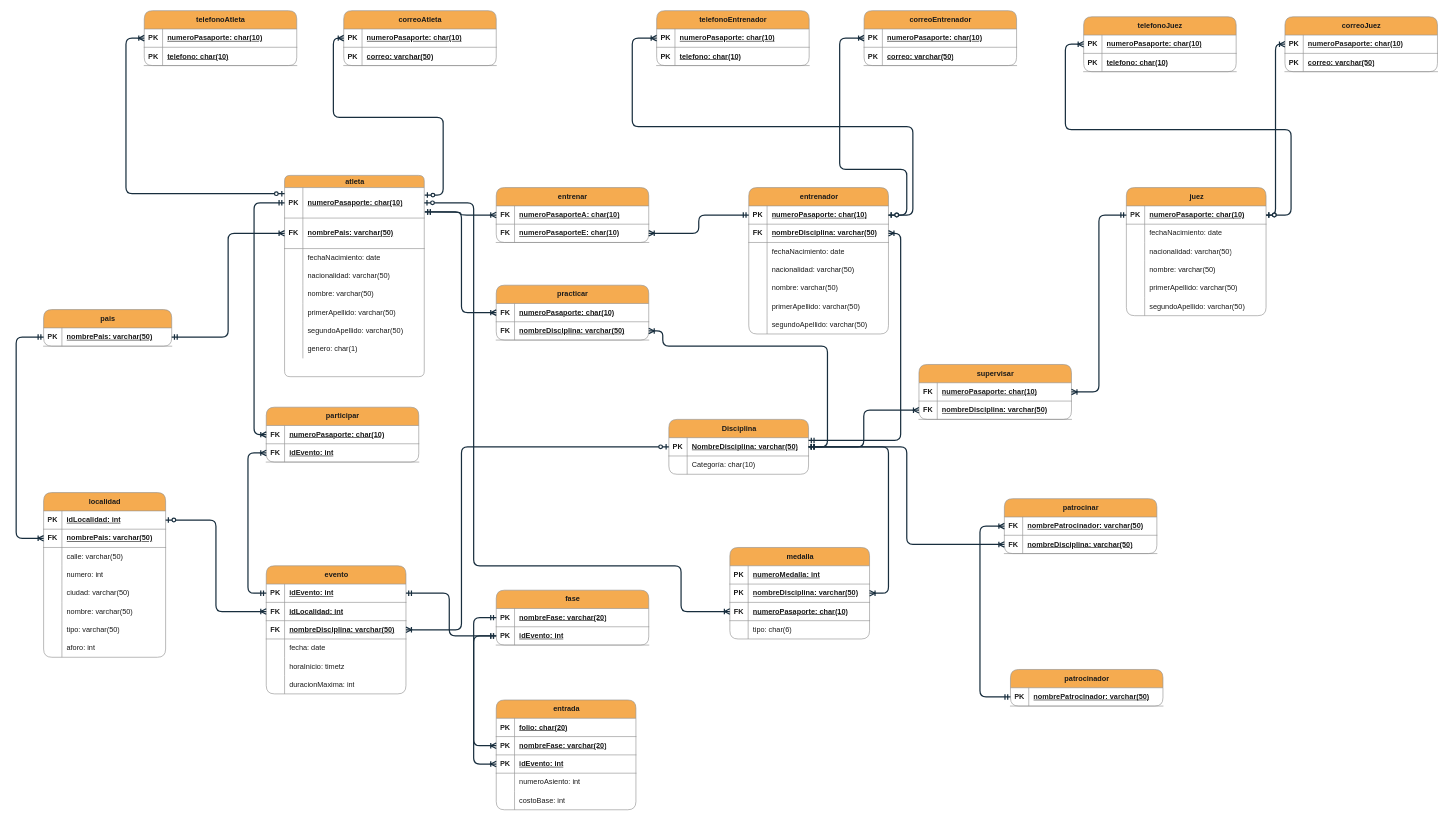
Above: ProyectoFinal_equipo/Diagramas/Relacionalequipo.drawio in Htska/Db (draw.io), before the change. Source tidied: cells renumbered, new cells numbered last; positions are measured from the earlier drawing's top-left corner, leaving out a move shared by most shapes. Both pictures are drawn from the tidied source at 61%, with x=0, y=0 at pixel (16, 10).
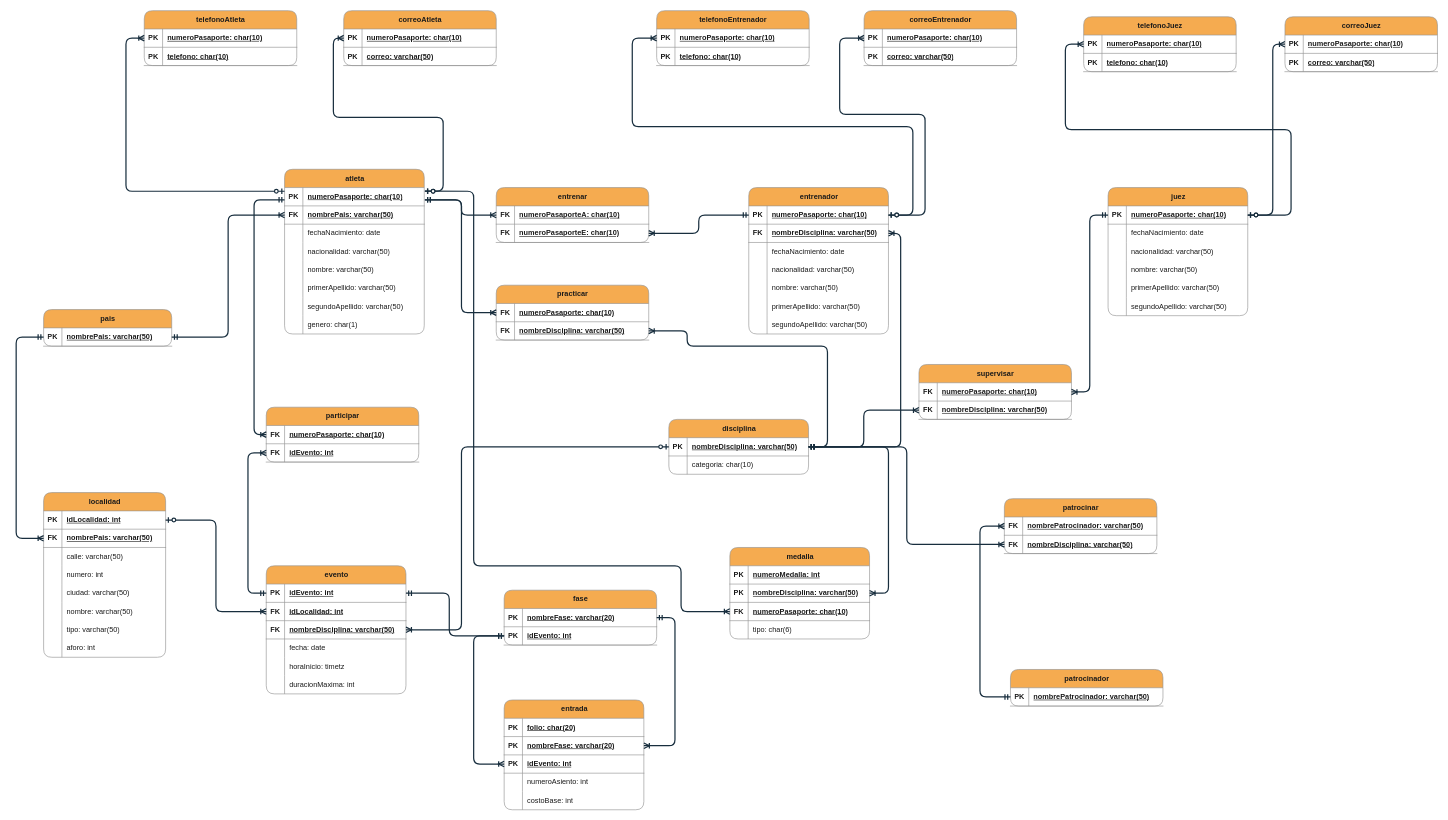
The same page after the edit.

Unchanged cells that the change refers to:
```xml
<mxCell id="55" style="shape=tableRow;horizontal=0;startSize=0;swimlaneHead=0;swimlaneBody=0;fillColor=none;points=[[0,0.5],[1,0.5]];portConstraint=eastwest;top=0;left=0;right=0;bottom=1;rounded=1;labelBackgroundColor=none;strokeColor=#909090;fontColor=#1A1A1A;" parent="54" vertex="1">
  <mxGeometry y="30" width="229" height="30" as="geometry" />
</mxCell>
<mxCell id="58" style="shape=tableRow;horizontal=0;startSize=0;swimlaneHead=0;swimlaneBody=0;fillColor=none;top=0;left=0;right=0;bottom=0;rounded=1;labelBackgroundColor=none;strokeColor=#909090;fontColor=#1A1A1A;" parent="54" vertex="1">
  <mxGeometry y="60" width="229" height="30" as="geometry" />
</mxCell>
<mxCell id="68" style="shape=tableRow;horizontal=0;startSize=0;swimlaneHead=0;swimlaneBody=0;fillColor=none;points=[[0,0.5],[1,0.5]];portConstraint=eastwest;top=0;left=0;right=0;bottom=1;rounded=1;labelBackgroundColor=none;strokeColor=#909090;fontColor=#1A1A1A;" parent="61" vertex="1">
  <mxGeometry y="90" width="229" height="30" as="geometry" />
</mxCell>
<mxCell id="100" style="shape=tableRow;horizontal=0;startSize=0;swimlaneHead=0;swimlaneBody=0;fillColor=none;points=[[0,0.5],[1,0.5]];portConstraint=eastwest;top=0;left=0;right=0;bottom=1;rounded=1;labelBackgroundColor=none;strokeColor=#909090;fontColor=#1A1A1A;" parent="99" vertex="1">
  <mxGeometry y="30" width="229" height="30" as="geometry" />
</mxCell>
<mxCell id="103" style="shape=tableRow;horizontal=0;startSize=0;swimlaneHead=0;swimlaneBody=0;fillColor=none;points=[[0,0.5],[1,0.5]];portConstraint=eastwest;top=0;left=0;right=0;bottom=1;rounded=1;labelBackgroundColor=none;strokeColor=#909090;fontColor=#1A1A1A;" parent="99" vertex="1">
  <mxGeometry y="60" width="229" height="30" as="geometry" />
</mxCell>
<mxCell id="122" style="shape=tableRow;horizontal=0;startSize=0;swimlaneHead=0;swimlaneBody=0;fillColor=none;points=[[0,0.5],[1,0.5]];portConstraint=eastwest;top=0;left=0;right=0;bottom=1;rounded=1;labelBackgroundColor=none;strokeColor=#909090;fontColor=#1A1A1A;" parent="121" vertex="1">
  <mxGeometry y="30" width="229" height="30" as="geometry" />
</mxCell>
<mxCell id="141" style="shape=tableRow;horizontal=0;startSize=0;swimlaneHead=0;swimlaneBody=0;fillColor=none;points=[[0,0.5],[1,0.5]];portConstraint=eastwest;top=0;left=0;right=0;bottom=1;rounded=1;labelBackgroundColor=none;strokeColor=#909090;fontColor=#1A1A1A;" parent="140" vertex="1">
  <mxGeometry y="30" width="250" height="30" as="geometry" />
</mxCell>
<mxCell id="148" style="shape=tableRow;horizontal=0;startSize=0;swimlaneHead=0;swimlaneBody=0;fillColor=none;points=[[0,0.5],[1,0.5]];portConstraint=eastwest;top=0;left=0;right=0;bottom=1;rounded=1;labelBackgroundColor=none;strokeColor=#909090;fontColor=#1A1A1A;" parent="147" vertex="1">
  <mxGeometry y="30" width="250" height="30" as="geometry" />
</mxCell>
<mxCell id="155" style="shape=tableRow;horizontal=0;startSize=0;swimlaneHead=0;swimlaneBody=0;fillColor=none;points=[[0,0.5],[1,0.5]];portConstraint=eastwest;top=0;left=0;right=0;bottom=1;rounded=1;labelBackgroundColor=none;strokeColor=#909090;fontColor=#1A1A1A;" parent="154" vertex="1">
  <mxGeometry y="30" width="250" height="30" as="geometry" />
</mxCell>
<mxCell id="165" style="shape=tableRow;horizontal=0;startSize=0;swimlaneHead=0;swimlaneBody=0;fillColor=none;points=[[0,0.5],[1,0.5]];portConstraint=eastwest;top=0;left=0;right=0;bottom=1;rounded=1;labelBackgroundColor=none;strokeColor=#909090;fontColor=#1A1A1A;" parent="161" vertex="1">
  <mxGeometry y="60" width="229" height="30" as="geometry" />
</mxCell>
<mxCell id="178" style="shape=tableRow;horizontal=0;startSize=0;swimlaneHead=0;swimlaneBody=0;fillColor=none;points=[[0,0.5],[1,0.5]];portConstraint=eastwest;top=0;left=0;right=0;bottom=1;rounded=1;labelBackgroundColor=none;strokeColor=#909090;fontColor=#1A1A1A;" parent="177" vertex="1">
  <mxGeometry y="30" width="250" height="30" as="geometry" />
</mxCell>
<mxCell id="192" style="shape=tableRow;horizontal=0;startSize=0;swimlaneHead=0;swimlaneBody=0;fillColor=none;points=[[0,0.5],[1,0.5]];portConstraint=eastwest;top=0;left=0;right=0;bottom=1;rounded=1;labelBackgroundColor=none;strokeColor=#909090;fontColor=#1A1A1A;" parent="191" vertex="1">
  <mxGeometry y="30" width="250" height="30" as="geometry" />
</mxCell>
<mxCell id="195" style="shape=tableRow;horizontal=0;startSize=0;swimlaneHead=0;swimlaneBody=0;fillColor=none;points=[[0,0.5],[1,0.5]];portConstraint=eastwest;top=0;left=0;right=0;bottom=1;rounded=1;labelBackgroundColor=none;strokeColor=#909090;fontColor=#1A1A1A;" parent="191" vertex="1">
  <mxGeometry y="60" width="250" height="30" as="geometry" />
</mxCell>
<mxCell id="198" value="entrenar" style="shape=table;startSize=30;childLayout=tableLayout;rowLines=0;fontStyle=1;align=center;html=1;rounded=1;labelBackgroundColor=none;fillColor=#F5AB50;strokeColor=#909090;fontColor=#1A1A1A;" parent="1" vertex="1">
  <mxGeometry x="787" y="290" width="250" height="90" as="geometry" />
</mxCell>
<mxCell id="247" style="shape=tableRow;horizontal=0;startSize=0;swimlaneHead=0;swimlaneBody=0;fillColor=none;points=[[0,0.5],[1,0.5]];portConstraint=eastwest;top=0;left=0;right=0;bottom=1;rounded=1;labelBackgroundColor=none;strokeColor=#909090;fontColor=#1A1A1A;" parent="246" vertex="1">
  <mxGeometry y="30" width="250" height="30" as="geometry" />
</mxCell>
<mxCell id="254" style="shape=tableRow;horizontal=0;startSize=0;swimlaneHead=0;swimlaneBody=0;fillColor=none;points=[[0,0.5],[1,0.5]];portConstraint=eastwest;top=0;left=0;right=0;bottom=1;rounded=1;labelBackgroundColor=none;strokeColor=#909090;fontColor=#1A1A1A;" parent="253" vertex="1">
  <mxGeometry y="30" width="250" height="30" as="geometry" />
</mxCell>
```

What changed in the source:
```diff
@@
-    <mxCell id="54" value="Disciplina" style="shape=table;startSize=30;childLayout=tableLayout;rowLines=0;fontStyle=1;align=center;html=1;rounded=1;labelBackgroundColor=none;fillColor=#F5AB50;strokeColor=#909090;fontColor=#1A1A1A;" parent="1" vertex="1">
+    <mxCell id="54" value="disciplina" style="shape=table;startSize=30;childLayout=tableLayout;rowLines=0;fontStyle=1;align=center;html=1;rounded=1;labelBackgroundColor=none;fillColor=#F5AB50;strokeColor=#909090;fontColor=#1A1A1A;" parent="1" vertex="1">
       <mxGeometry x="1070" y="670" width="229" height="90" as="geometry" />
     </mxCell>
@@
-    <mxCell id="57" value="NombreDisciplina: varchar(50)" style="shape=partialRectangle;fillColor=none;top=0;left=0;bottom=0;right=0;align=left;spacingLeft=6;fontStyle=5;overflow=hidden;whiteSpace=wrap;html=1;rounded=1;labelBackgroundColor=none;strokeColor=#909090;fontColor=#1A1A1A;" parent="55" vertex="1">
+    <mxCell id="57" value="nombreDisciplina: varchar(50)" style="shape=partialRectangle;fillColor=none;top=0;left=0;bottom=0;right=0;align=left;spacingLeft=6;fontStyle=5;overflow=hidden;whiteSpace=wrap;html=1;rounded=1;labelBackgroundColor=none;strokeColor=#909090;fontColor=#1A1A1A;" parent="55" vertex="1">
       <mxGeometry x="30" width="199" height="30" as="geometry" />
     </mxCell>
@@
-    <mxCell id="60" value="Categoría: char(10)" style="shape=partialRectangle;fillColor=none;top=0;left=0;bottom=0;right=0;align=left;spacingLeft=6;overflow=hidden;whiteSpace=wrap;html=1;rounded=1;labelBackgroundColor=none;strokeColor=#909090;fontColor=#1A1A1A;" parent="58" vertex="1">
+    <mxCell id="60" value="categoria: char(10)" style="shape=partialRectangle;fillColor=none;top=0;left=0;bottom=0;right=0;align=left;spacingLeft=6;overflow=hidden;whiteSpace=wrap;html=1;rounded=1;labelBackgroundColor=none;strokeColor=#909090;fontColor=#1A1A1A;" parent="58" vertex="1">
       <mxGeometry x="30" width="199" height="30" as="geometry" />
     </mxCell>
@@
-    <mxCell id="74" value="atleta" style="shape=table;startSize=20;childLayout=tableLayout;rowLines=0;fontStyle=1;align=center;html=1;rounded=1;labelBackgroundColor=none;fillColor=#F5AB50;strokeColor=#909090;fontColor=#1A1A1A;" parent="1" vertex="1">
-      <mxGeometry x="440" y="270" width="229" height="330" as="geometry" />
+    <mxCell id="74" value="atleta" style="shape=table;startSize=30;childLayout=tableLayout;rowLines=0;fontStyle=1;align=center;html=1;rounded=1;labelBackgroundColor=none;fillColor=#F5AB50;strokeColor=#909090;fontColor=#1A1A1A;" parent="1" vertex="1">
+      <mxGeometry x="440" y="260" width="229" height="270" as="geometry" />
     </mxCell>
     <mxCell id="75" style="shape=tableRow;horizontal=0;startSize=0;swimlaneHead=0;swimlaneBody=0;fillColor=none;points=[[0,0.5],[1,0.5]];portConstraint=eastwest;top=0;left=0;right=0;bottom=1;rounded=1;labelBackgroundColor=none;strokeColor=#909090;fontColor=#1A1A1A;" parent="74" vertex="1">
-      <mxGeometry y="20" width="229" height="50" as="geometry" />
+      <mxGeometry y="30" width="229" height="30" as="geometry" />
     </mxCell>
     <mxCell id="76" value="PK" style="shape=partialRectangle;fillColor=none;top=0;left=0;bottom=0;right=0;fontStyle=1;overflow=hidden;whiteSpace=wrap;html=1;rounded=1;labelBackgroundColor=none;strokeColor=#909090;fontColor=#1A1A1A;" parent="75" vertex="1">
-      <mxGeometry width="30" height="50" as="geometry" />
+      <mxGeometry width="30" height="30" as="geometry" />
     </mxCell>
     <mxCell id="77" value="numeroPasaporte: char(10)" style="shape=partialRectangle;fillColor=none;top=0;left=0;bottom=0;right=0;align=left;spacingLeft=6;fontStyle=5;overflow=hidden;whiteSpace=wrap;html=1;rounded=1;labelBackgroundColor=none;strokeColor=#909090;fontColor=#1A1A1A;" parent="75" vertex="1">
-      <mxGeometry x="30" width="199" height="50" as="geometry" />
+      <mxGeometry x="30" width="199" height="30" as="geometry" />
     </mxCell>
     <mxCell id="78" style="shape=tableRow;horizontal=0;startSize=0;swimlaneHead=0;swimlaneBody=0;fillColor=none;points=[[0,0.5],[1,0.5]];portConstraint=eastwest;top=0;left=0;right=0;bottom=1;rounded=1;labelBackgroundColor=none;strokeColor=#909090;fontColor=#1A1A1A;" parent="74" vertex="1">
-      <mxGeometry y="70" width="229" height="50" as="geometry" />
+      <mxGeometry y="60" width="229" height="30" as="geometry" />
     </mxCell>
     <mxCell id="79" value="FK" style="shape=partialRectangle;fillColor=none;top=0;left=0;bottom=0;right=0;fontStyle=1;overflow=hidden;whiteSpace=wrap;html=1;rounded=1;labelBackgroundColor=none;strokeColor=#909090;fontColor=#1A1A1A;" parent="78" vertex="1">
-      <mxGeometry width="30" height="50" as="geometry" />
+      <mxGeometry width="30" height="30" as="geometry" />
     </mxCell>
     <mxCell id="80" value="nombrePais: varchar(50)" style="shape=partialRectangle;fillColor=none;top=0;left=0;bottom=0;right=0;align=left;spacingLeft=6;fontStyle=5;overflow=hidden;whiteSpace=wrap;html=1;rounded=1;labelBackgroundColor=none;strokeColor=#909090;fontColor=#1A1A1A;" parent="78" vertex="1">
-      <mxGeometry x="30" width="199" height="50" as="geometry" />
+      <mxGeometry x="30" width="199" height="30" as="geometry" />
     </mxCell>
     <mxCell id="81" style="shape=tableRow;horizontal=0;startSize=0;swimlaneHead=0;swimlaneBody=0;fillColor=none;top=0;left=0;right=0;bottom=0;rounded=1;labelBackgroundColor=none;strokeColor=#909090;fontColor=#1A1A1A;" parent="74" vertex="1">
-      <mxGeometry y="120" width="229" height="30" as="geometry" />
+      <mxGeometry y="90" width="229" height="30" as="geometry" />
     </mxCell>
@@
     <mxCell id="84" style="shape=tableRow;horizontal=0;startSize=0;swimlaneHead=0;swimlaneBody=0;fillColor=none;top=0;left=0;right=0;bottom=0;rounded=1;labelBackgroundColor=none;strokeColor=#909090;fontColor=#1A1A1A;" parent="74" vertex="1">
-      <mxGeometry y="150" width="229" height="30" as="geometry" />
+      <mxGeometry y="120" width="229" height="30" as="geometry" />
     </mxCell>
@@
     <mxCell id="87" style="shape=tableRow;horizontal=0;startSize=0;swimlaneHead=0;swimlaneBody=0;fillColor=none;top=0;left=0;right=0;bottom=0;rounded=1;labelBackgroundColor=none;strokeColor=#909090;fontColor=#1A1A1A;" parent="74" vertex="1">
-      <mxGeometry y="180" width="229" height="30" as="geometry" />
+      <mxGeometry y="150" width="229" height="30" as="geometry" />
     </mxCell>
@@
     <mxCell id="90" style="shape=tableRow;horizontal=0;startSize=0;swimlaneHead=0;swimlaneBody=0;fillColor=none;top=0;left=0;right=0;bottom=0;rounded=1;labelBackgroundColor=none;strokeColor=#909090;fontColor=#1A1A1A;" parent="74" vertex="1">
-      <mxGeometry y="210" width="229" height="30" as="geometry" />
+      <mxGeometry y="180" width="229" height="30" as="geometry" />
     </mxCell>
@@
     <mxCell id="93" style="shape=tableRow;horizontal=0;startSize=0;swimlaneHead=0;swimlaneBody=0;fillColor=none;top=0;left=0;right=0;bottom=0;rounded=1;labelBackgroundColor=none;strokeColor=#909090;fontColor=#1A1A1A;" parent="74" vertex="1">
-      <mxGeometry y="240" width="229" height="30" as="geometry" />
+      <mxGeometry y="210" width="229" height="30" as="geometry" />
     </mxCell>
@@
     <mxCell id="96" style="shape=tableRow;horizontal=0;startSize=0;swimlaneHead=0;swimlaneBody=0;fillColor=none;top=0;left=0;right=0;bottom=0;rounded=1;labelBackgroundColor=none;strokeColor=#909090;fontColor=#1A1A1A;" parent="74" vertex="1">
-      <mxGeometry y="270" width="229" height="30" as="geometry" />
+      <mxGeometry y="240" width="229" height="30" as="geometry" />
     </mxCell>
@@
     <mxCell id="121" value="juez" style="shape=table;startSize=30;childLayout=tableLayout;rowLines=0;fontStyle=1;align=center;html=1;rounded=1;labelBackgroundColor=none;fillColor=#F5AB50;strokeColor=#909090;fontColor=#1A1A1A;" parent="1" vertex="1">
-      <mxGeometry x="1820" y="290" width="229" height="210" as="geometry" />
+      <mxGeometry x="1790" y="290" width="229" height="210" as="geometry" />
     </mxCell>
@@
     <mxCell id="154" value="fase" style="shape=table;startSize=30;childLayout=tableLayout;rowLines=0;fontStyle=1;align=center;html=1;rounded=1;labelBackgroundColor=none;fillColor=#F5AB50;strokeColor=#909090;fontColor=#1A1A1A;" parent="1" vertex="1">
-      <mxGeometry x="787" y="950" width="250" height="90" as="geometry" />
+      <mxGeometry x="800" y="950" width="250" height="90" as="geometry" />
     </mxCell>
@@
     <mxCell id="161" value="entrada" style="shape=table;startSize=30;childLayout=tableLayout;rowLines=0;fontStyle=1;align=center;html=1;rounded=1;labelBackgroundColor=none;fillColor=#F5AB50;strokeColor=#909090;fontColor=#1A1A1A;" parent="1" vertex="1">
-      <mxGeometry x="787" y="1130" width="229" height="180" as="geometry" />
+      <mxGeometry x="800" y="1130" width="229" height="180" as="geometry" />
     </mxCell>
@@
-    <mxCell id="215" style="edgeStyle=orthogonalEdgeStyle;fontSize=12;html=1;endArrow=ERoneToMany;startArrow=ERmandOne;rounded=1;entryX=0;entryY=0.5;entryDx=0;entryDy=0;exitX=0;exitY=0.5;exitDx=0;exitDy=0;strokeWidth=2;labelBackgroundColor=none;strokeColor=#182E3E;fontColor=default;" parent="1" edge="1" source="75" target="178">
+    <mxCell id="215" style="edgeStyle=orthogonalEdgeStyle;fontSize=12;html=1;endArrow=ERoneToMany;startArrow=ERmandOne;rounded=1;entryX=0;entryY=0.5;entryDx=0;entryDy=0;strokeWidth=2;labelBackgroundColor=none;strokeColor=#182E3E;fontColor=default;" parent="1" edge="1" target="178">
       <mxGeometry relative="1" as="geometry">
+        <mxPoint x="440" y="310" as="sourcePoint" />
         <Array as="points">
-          <mxPoint x="390" y="315" />
+          <mxPoint x="390" y="310" />
           <mxPoint x="390" y="695" />
         </Array>
       </mxGeometry>
     </mxCell>
@@
-    <mxCell id="218" style="edgeStyle=orthogonalEdgeStyle;fontSize=12;html=1;endArrow=ERoneToMany;startArrow=ERmandOne;rounded=1;entryX=0;entryY=0.5;entryDx=0;entryDy=0;exitX=0;exitY=0.5;exitDx=0;exitDy=0;strokeWidth=2;labelBackgroundColor=none;strokeColor=#182E3E;fontColor=default;" parent="1" edge="1" source="155" target="165">
+    <mxCell id="218" style="edgeStyle=orthogonalEdgeStyle;fontSize=12;html=1;endArrow=ERoneToMany;startArrow=ERmandOne;rounded=1;entryX=1;entryY=0.5;entryDx=0;entryDy=0;exitX=1;exitY=0.5;exitDx=0;exitDy=0;strokeWidth=2;labelBackgroundColor=none;strokeColor=#182E3E;fontColor=default;" parent="1" edge="1" source="155" target="165">
       <mxGeometry relative="1" as="geometry">
         <Array as="points">
-          <mxPoint x="750" y="995" />
-          <mxPoint x="750" y="1205" />
+          <mxPoint x="1080" y="995" />
+          <mxPoint x="1080" y="1205" />
         </Array>
       </mxGeometry>
     </mxCell>
@@
-    <mxCell id="221" style="edgeStyle=orthogonalEdgeStyle;fontSize=12;html=1;endArrow=ERoneToMany;startArrow=ERzeroToOne;rounded=1;exitX=1;exitY=0.5;exitDx=0;exitDy=0;entryX=0;entryY=0.5;entryDx=0;entryDy=0;strokeWidth=2;labelBackgroundColor=none;strokeColor=#182E3E;fontColor=default;" parent="1" edge="1" source="75" target="68">
+    <mxCell id="221" style="edgeStyle=orthogonalEdgeStyle;fontSize=12;html=1;endArrow=ERoneToMany;startArrow=ERzeroToOne;rounded=1;entryX=0;entryY=0.5;entryDx=0;entryDy=0;strokeWidth=2;labelBackgroundColor=none;strokeColor=#182E3E;fontColor=default;exitX=1.005;exitY=0.199;exitDx=0;exitDy=0;exitPerimeter=0;" parent="1" edge="1" source="75" target="68">
       <mxGeometry relative="1" as="geometry">
         <Array as="points">
-          <mxPoint x="750" y="315" />
+          <mxPoint x="750" y="296" />
           <mxPoint x="750" y="910" />
           <mxPoint x="1090" y="910" />
           <mxPoint x="1090" y="985" />
         </Array>
       </mxGeometry>
     </mxCell>
@@
     <mxCell id="225" style="edgeStyle=orthogonalEdgeStyle;fontSize=12;html=1;endArrow=ERoneToMany;startArrow=ERmandOne;rounded=1;entryX=0;entryY=0.5;entryDx=0;entryDy=0;strokeWidth=2;labelBackgroundColor=none;strokeColor=#182E3E;fontColor=default;" parent="1" edge="1" target="198">
       <mxGeometry relative="1" as="geometry">
-        <mxPoint x="670" y="330" as="sourcePoint" />
+        <mxPoint x="670" y="310" as="sourcePoint" />
+        <Array as="points">
+          <mxPoint x="730" y="310" />
+          <mxPoint x="730" y="335" />
+        </Array>
       </mxGeometry>
     </mxCell>
@@
     <mxCell id="227" style="edgeStyle=elbowEdgeStyle;fontSize=12;html=1;endArrow=ERoneToMany;startArrow=ERmandOne;rounded=1;entryX=0;entryY=0.5;entryDx=0;entryDy=0;strokeWidth=2;labelBackgroundColor=none;strokeColor=#182E3E;fontColor=default;" parent="1" edge="1" target="192">
       <mxGeometry relative="1" as="geometry">
-        <mxPoint x="670" y="330" as="sourcePoint" />
+        <mxPoint x="670" y="310" as="sourcePoint" />
         <Array as="points">
           <mxPoint x="730" y="490" />
           <mxPoint x="710" y="390" />
         </Array>
       </mxGeometry>
     </mxCell>
     <mxCell id="228" style="edgeStyle=orthogonalEdgeStyle;fontSize=12;html=1;endArrow=ERoneToMany;startArrow=ERmandOne;rounded=1;exitX=1;exitY=0.5;exitDx=0;exitDy=0;entryX=1;entryY=0.5;entryDx=0;entryDy=0;strokeWidth=2;labelBackgroundColor=none;strokeColor=#182E3E;fontColor=default;" parent="1" edge="1" source="55" target="195">
       <mxGeometry relative="1" as="geometry">
         <Array as="points">
           <mxPoint x="1330" y="715" />
           <mxPoint x="1330" y="550" />
-          <mxPoint x="1060" y="550" />
-          <mxPoint x="1060" y="525" />
+          <mxPoint x="1100" y="550" />
+          <mxPoint x="1100" y="525" />
         </Array>
       </mxGeometry>
     </mxCell>
@@
-    <mxCell id="231" style="edgeStyle=orthogonalEdgeStyle;fontSize=12;html=1;endArrow=ERoneToMany;startArrow=ERmandOne;rounded=1;exitX=1;exitY=0.151;exitDx=0;exitDy=0;exitPerimeter=0;strokeWidth=2;entryX=1;entryY=0.5;entryDx=0;entryDy=0;labelBackgroundColor=none;strokeColor=#182E3E;fontColor=default;" parent="1" edge="1" source="55" target="103">
+    <mxCell id="231" style="edgeStyle=orthogonalEdgeStyle;fontSize=12;html=1;endArrow=ERoneToMany;startArrow=ERmandOne;rounded=1;exitX=1;exitY=0.5;exitDx=0;exitDy=0;strokeWidth=2;entryX=1;entryY=0.5;entryDx=0;entryDy=0;labelBackgroundColor=none;strokeColor=#182E3E;fontColor=default;" parent="1" edge="1" source="55" target="103">
       <mxGeometry relative="1" as="geometry">
         <Array as="points">
-          <mxPoint x="1450" y="705" />
+          <mxPoint x="1450" y="715" />
           <mxPoint x="1450" y="365" />
         </Array>
       </mxGeometry>
     </mxCell>
@@
     <mxCell id="261" style="edgeStyle=orthogonalEdgeStyle;fontSize=12;html=1;endArrow=ERoneToMany;startArrow=ERzeroToOne;rounded=1;exitX=1;exitY=0.5;exitDx=0;exitDy=0;entryX=0;entryY=0.5;entryDx=0;entryDy=0;strokeWidth=2;labelBackgroundColor=none;strokeColor=#182E3E;fontColor=default;" parent="1" edge="1" source="100" target="247">
       <mxGeometry relative="1" as="geometry">
         <Array as="points">
-          <mxPoint x="1460" y="335" />
-          <mxPoint x="1460" y="260" />
-          <mxPoint x="1350" y="260" />
+          <mxPoint x="1490" y="335" />
+          <mxPoint x="1490" y="170" />
+          <mxPoint x="1350" y="170" />
           <mxPoint x="1350" y="45" />
         </Array>
       </mxGeometry>
     </mxCell>
@@
     <mxCell id="263" style="edgeStyle=orthogonalEdgeStyle;fontSize=12;html=1;endArrow=ERoneToMany;startArrow=ERzeroToOne;rounded=1;entryX=0;entryY=0.5;entryDx=0;entryDy=0;exitX=1;exitY=0.5;exitDx=0;exitDy=0;strokeWidth=2;labelBackgroundColor=none;strokeColor=#182E3E;fontColor=default;" parent="1" edge="1" source="122" target="254">
-      <mxGeometry relative="1" as="geometry" />
+      <mxGeometry relative="1" as="geometry">
+        <Array as="points">
+          <mxPoint x="2060" y="335" />
+          <mxPoint x="2060" y="55" />
+        </Array>
+      </mxGeometry>
     </mxCell>
-    <mxCell id="264" style="edgeStyle=orthogonalEdgeStyle;fontSize=12;html=1;endArrow=ERoneToMany;startArrow=ERzeroToOne;rounded=1;entryX=0;entryY=0.5;entryDx=0;entryDy=0;exitX=1.003;exitY=0.247;exitDx=0;exitDy=0;exitPerimeter=0;strokeWidth=2;labelBackgroundColor=none;strokeColor=#182E3E;fontColor=default;" parent="1" edge="1" source="75" target="148">
+    <mxCell id="264" style="edgeStyle=orthogonalEdgeStyle;fontSize=12;html=1;endArrow=ERoneToMany;startArrow=ERzeroToOne;rounded=1;entryX=0;entryY=0.5;entryDx=0;entryDy=0;strokeWidth=2;labelBackgroundColor=none;strokeColor=#182E3E;fontColor=default;exitX=1.004;exitY=0.198;exitDx=0;exitDy=0;exitPerimeter=0;" parent="1" edge="1" source="75" target="148">
       <mxGeometry relative="1" as="geometry">
         <Array as="points">
-          <mxPoint x="700" y="302" />
+          <mxPoint x="700" y="296" />
           <mxPoint x="700" y="175" />
           <mxPoint x="520" y="175" />
           <mxPoint x="520" y="45" />
         </Array>
       </mxGeometry>
     </mxCell>
     <mxCell id="265" style="edgeStyle=orthogonalEdgeStyle;fontSize=12;html=1;endArrow=ERoneToMany;startArrow=ERzeroToOne;rounded=1;entryX=0;entryY=0.5;entryDx=0;entryDy=0;exitX=0;exitY=0.2;exitDx=0;exitDy=0;exitPerimeter=0;strokeWidth=2;labelBackgroundColor=none;strokeColor=#182E3E;fontColor=default;" parent="1" edge="1" source="75" target="141">
       <mxGeometry relative="1" as="geometry">
         <Array as="points">
-          <mxPoint x="180" y="300" />
+          <mxPoint x="180" y="296" />
           <mxPoint x="180" y="45" />
         </Array>
       </mxGeometry>
     </mxCell>
```
